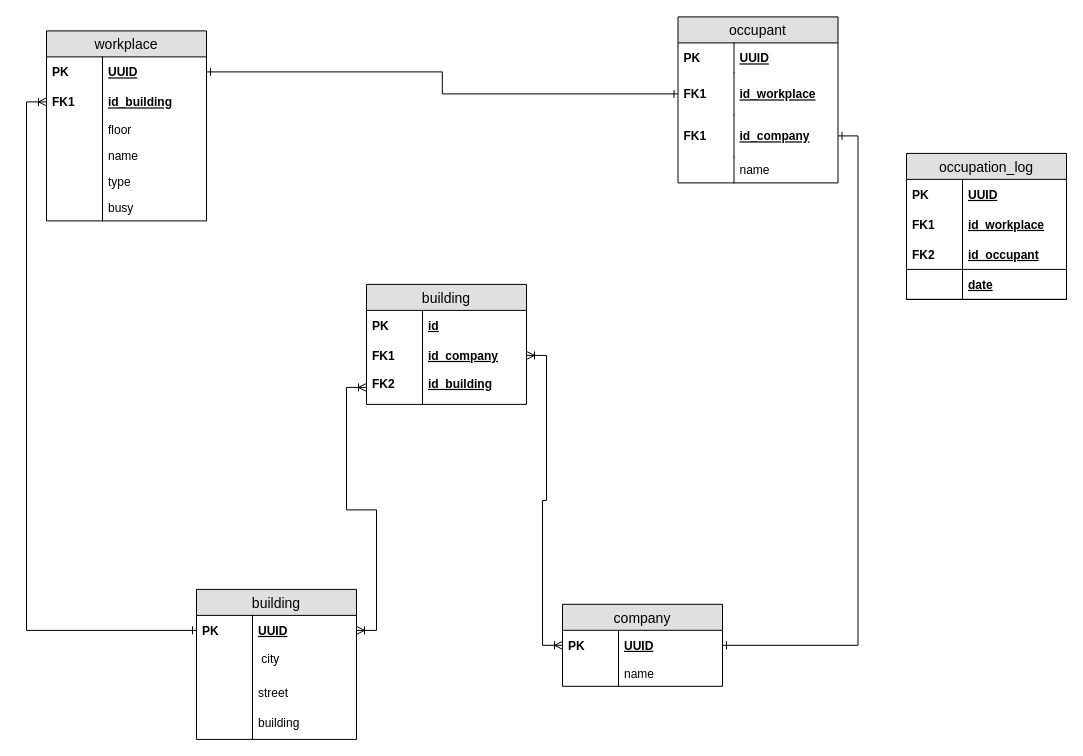
Before: workplace-reservation-service-erd.drawio in Hunkizzz/project-zebra-diagrams, a draw.io diagram. Source tidied: cells renumbered, new cells numbered last; positions are measured from the earlier drawing's top-left corner, leaving out a move shared by most shapes. Both pictures are drawn from the tidied source at 100%, with x=0, y=0 at pixel (46, 16).
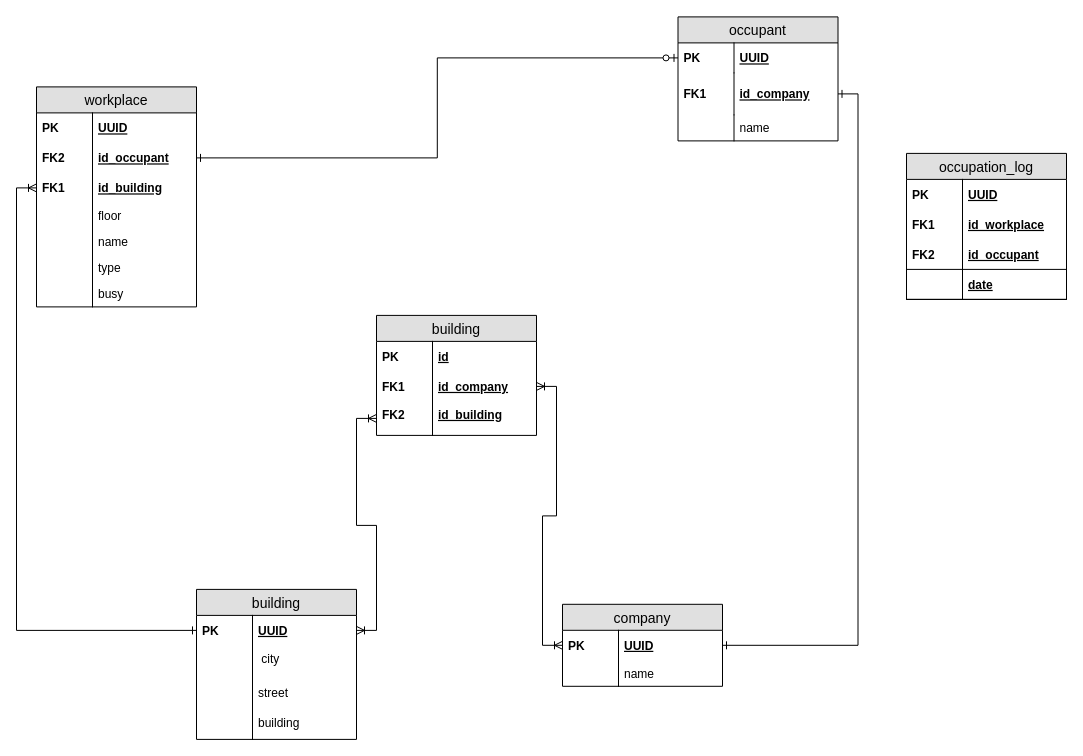
After the change.

Unchanged cells that the change refers to:
```xml
<mxCell id="8" value="UUID" style="shape=partialRectangle;top=0;left=0;right=0;bottom=0;align=left;verticalAlign=middle;fillColor=none;spacingLeft=60;spacingRight=4;overflow=hidden;points=[[0,0.5],[1,0.5]];portConstraint=eastwest;fontStyle=5;fontSize=12;" parent="7" vertex="1">
  <mxGeometry y="26" width="160" height="30" as="geometry" />
</mxCell>
```

The edit, as a diff of the source:
```diff
@@
     <mxCell id="7" value="occupant" style="swimlane;fontStyle=0;horizontal=1;startSize=26;fillColor=#e0e0e0;swimlaneFillColor=#ffffff;align=center;fontSize=14;" parent="1" vertex="1">
-      <mxGeometry x="631.5" y="0.4" width="160" height="166" as="geometry" />
+      <mxGeometry x="631.5" y="0.4" width="160" height="124" as="geometry" />
     </mxCell>
@@
-    <mxCell id="10" value="id_workplace" style="shape=partialRectangle;top=0;left=0;right=0;bottom=0;align=left;verticalAlign=middle;fillColor=none;spacingLeft=60;spacingRight=4;overflow=hidden;points=[[0,0.5],[1,0.5]];portConstraint=eastwest;fontStyle=5;fontSize=12;" parent="7" vertex="1">
-      <mxGeometry y="56" width="160" height="42" as="geometry" />
-    </mxCell>
-    <mxCell id="11" value="FK1" style="shape=partialRectangle;fontStyle=1;top=0;left=0;bottom=0;fillColor=none;align=left;verticalAlign=middle;spacingLeft=4;spacingRight=4;overflow=hidden;fontSize=12;" parent="10" vertex="1">
-      <mxGeometry width="56" height="42" as="geometry" />
-    </mxCell>
     <mxCell id="12" value="id_company" style="shape=partialRectangle;top=0;left=0;right=0;bottom=0;align=left;verticalAlign=middle;fillColor=none;spacingLeft=60;spacingRight=4;overflow=hidden;points=[[0,0.5],[1,0.5]];portConstraint=eastwest;fontStyle=5;fontSize=12;" parent="7" vertex="1">
-      <mxGeometry y="98" width="160" height="42" as="geometry" />
+      <mxGeometry y="56" width="160" height="42" as="geometry" />
     </mxCell>
@@
     <mxCell id="14" value="name" style="shape=partialRectangle;top=0;left=0;right=0;bottom=0;align=left;verticalAlign=top;fillColor=none;spacingLeft=60;spacingRight=4;overflow=hidden;fontSize=12;" parent="7" vertex="1">
-      <mxGeometry y="140" width="160" height="26" as="geometry" />
+      <mxGeometry y="98" width="160" height="26" as="geometry" />
     </mxCell>
@@
     <mxCell id="25" value="workplace" style="swimlane;fontStyle=0;horizontal=1;startSize=26;fillColor=#e0e0e0;swimlaneFillColor=#ffffff;align=center;fontSize=14;" parent="1" vertex="1">
-      <mxGeometry y="14.4" width="160" height="190" as="geometry" />
+      <mxGeometry x="-10" y="70.4" width="160" height="220" as="geometry" />
     </mxCell>
-    <mxCell id="26" style="group;" parent="25" vertex="1">
-      <mxGeometry y="26" width="160" height="60" as="geometry" />
-    </mxCell>
-    <mxCell id="27" value="UUID" style="shape=partialRectangle;top=0;left=0;right=0;bottom=0;align=left;verticalAlign=middle;fillColor=none;spacingLeft=60;spacingRight=4;overflow=hidden;points=[[0,0.5],[1,0.5]];portConstraint=eastwest;fontStyle=5;fontSize=12;" parent="26" vertex="1">
-      <mxGeometry width="160" height="30" as="geometry" />
+    <mxCell id="27" value="UUID" style="shape=partialRectangle;top=0;left=0;right=0;bottom=0;align=left;verticalAlign=middle;fillColor=none;spacingLeft=60;spacingRight=4;overflow=hidden;points=[[0,0.5],[1,0.5]];portConstraint=eastwest;fontStyle=5;fontSize=12;" parent="25" vertex="1">
+      <mxGeometry y="26" width="160" height="30" as="geometry" />
     </mxCell>
@@
+    <mxCell id="60" value="id_occupant" style="shape=partialRectangle;top=0;left=0;right=0;bottom=0;align=left;verticalAlign=middle;fillColor=none;spacingLeft=60;spacingRight=4;overflow=hidden;points=[[0,0.5],[1,0.5]];portConstraint=eastwest;fontStyle=5;fontSize=12;" parent="25" vertex="1">
+      <mxGeometry y="56" width="160" height="30" as="geometry" />
+    </mxCell>
+    <mxCell id="61" value="FK2" style="shape=partialRectangle;fontStyle=1;top=0;left=0;bottom=0;fillColor=none;align=left;verticalAlign=middle;spacingLeft=4;spacingRight=4;overflow=hidden;fontSize=12;" parent="60" vertex="1">
+      <mxGeometry width="56" height="30" as="geometry" />
+    </mxCell>
-    <mxCell id="29" value="id_building" style="shape=partialRectangle;top=0;left=0;right=0;bottom=0;align=left;verticalAlign=middle;fillColor=none;spacingLeft=60;spacingRight=4;overflow=hidden;points=[[0,0.5],[1,0.5]];portConstraint=eastwest;fontStyle=5;fontSize=12;" parent="26" vertex="1">
-      <mxGeometry y="30" width="160" height="30" as="geometry" />
+    <mxCell id="29" value="id_building" style="shape=partialRectangle;top=0;left=0;right=0;bottom=0;align=left;verticalAlign=middle;fillColor=none;spacingLeft=60;spacingRight=4;overflow=hidden;points=[[0,0.5],[1,0.5]];portConstraint=eastwest;fontStyle=5;fontSize=12;" parent="25" vertex="1">
+      <mxGeometry y="86" width="160" height="30" as="geometry" />
     </mxCell>
@@
     <mxCell id="31" value="floor" style="shape=partialRectangle;top=0;left=0;right=0;bottom=0;align=left;verticalAlign=top;fillColor=none;spacingLeft=60;spacingRight=4;overflow=hidden;fontSize=12;" parent="25" vertex="1">
-      <mxGeometry y="86" width="160" height="26" as="geometry" />
+      <mxGeometry y="116" width="160" height="26" as="geometry" />
     </mxCell>
@@
     <mxCell id="33" value="name" style="shape=partialRectangle;top=0;left=0;right=0;bottom=0;align=left;verticalAlign=top;fillColor=none;spacingLeft=60;spacingRight=4;overflow=hidden;fontSize=12;" parent="25" vertex="1">
-      <mxGeometry y="112" width="160" height="26" as="geometry" />
+      <mxGeometry y="142" width="160" height="26" as="geometry" />
     </mxCell>
@@
     <mxCell id="35" value="type" style="shape=partialRectangle;top=0;left=0;right=0;bottom=0;align=left;verticalAlign=top;fillColor=none;spacingLeft=60;spacingRight=4;overflow=hidden;fontSize=12;" parent="25" vertex="1">
-      <mxGeometry y="138" width="160" height="26" as="geometry" />
+      <mxGeometry y="168" width="160" height="26" as="geometry" />
     </mxCell>
@@
     <mxCell id="37" value="busy" style="shape=partialRectangle;top=0;left=0;right=0;bottom=0;align=left;verticalAlign=top;fillColor=none;spacingLeft=60;spacingRight=4;overflow=hidden;fontSize=12;" parent="25" vertex="1">
-      <mxGeometry y="164" width="160" height="26" as="geometry" />
+      <mxGeometry y="194" width="160" height="26" as="geometry" />
     </mxCell>
@@
-    <mxCell id="50" style="edgeStyle=orthogonalEdgeStyle;rounded=0;jettySize=auto;html=1;exitX=0;exitY=0.5;exitDx=0;exitDy=0;entryX=1;entryY=0.5;entryDx=0;entryDy=0;startArrow=ERone;startFill=0;endArrow=ERone;endFill=0;" parent="1" edge="1" source="10" target="27">
-      <mxGeometry relative="1" as="geometry" />
-    </mxCell>
@@
     <mxCell id="52" value="building" style="swimlane;fontStyle=0;horizontal=1;startSize=26;fillColor=#e0e0e0;swimlaneFillColor=#ffffff;align=center;fontSize=14;" parent="1" vertex="1">
-      <mxGeometry x="320" y="267.9" width="160" height="120" as="geometry" />
+      <mxGeometry x="330" y="298.9" width="160" height="120" as="geometry" />
     </mxCell>
@@
+    <mxCell id="62" style="edgeStyle=orthogonalEdgeStyle;rounded=0;jettySize=auto;html=1;exitX=1;exitY=0.5;exitDx=0;exitDy=0;entryX=0;entryY=0.5;entryDx=0;entryDy=0;startArrow=ERone;startFill=0;endArrow=ERzeroToOne;endFill=1;" parent="1" edge="1" source="60" target="8">
+      <mxGeometry relative="1" as="geometry" />
+    </mxCell>
```
